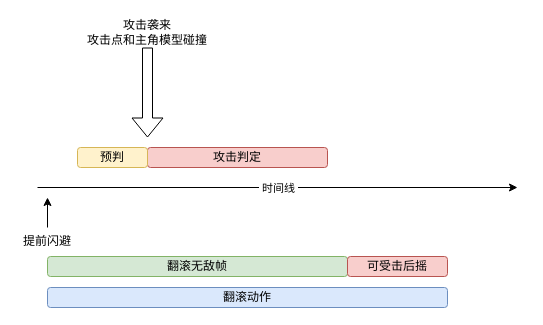
pearhield/test keeps this draw.io diagram as 攻击时间线3提前闪避.drawio. Above is the earlier version. Source tidied: cells renumbered, new cells numbered last; positions are measured from the earlier drawing's top-left corner, leaving out a move shared by most shapes. Both pictures are drawn from the tidied source at 100%, with x=0, y=0 at pixel (17, 17).
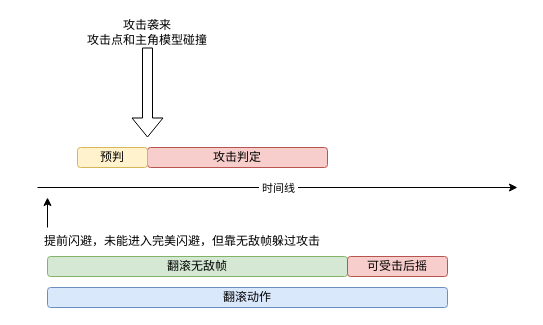
The same diagram, later.

Commit message:
更新攻击时间线3提前闪避.drawio

What changed in the source:
```diff
@@
 <mxGraphModel>
   <root>
     <mxCell id="0" />
     <mxCell id="1" parent="0" />
     <mxCell id="2" style="endArrow=classic;html=1;rounded=0;" parent="1" edge="1">
       <mxGeometry relative="1" as="geometry">
         <mxPoint x="20" y="170" as="sourcePoint" />
         <mxPoint x="500" y="170" as="targetPoint" />
       </mxGeometry>
     </mxCell>
     <mxCell id="3" value="&amp;nbsp;时间线&amp;nbsp;" style="edgeLabel;html=1;align=center;verticalAlign=middle;" parent="2" vertex="1">
       <mxGeometry relative="1" as="geometry" />
     </mxCell>
     <mxCell id="4" value="攻击判定" style="rounded=1;whiteSpace=wrap;html=1;fillColor=#f8cecc;strokeColor=#b85450;" parent="1" vertex="1">
       <mxGeometry x="130" y="130" width="180" height="20" as="geometry" />
     </mxCell>
     <mxCell id="5" value="预判" style="rounded=1;whiteSpace=wrap;html=1;fillColor=#fff2cc;strokeColor=#d6b656;" parent="1" vertex="1">
       <mxGeometry x="60" y="130" width="70" height="20" as="geometry" />
     </mxCell>
     <mxCell id="6" style="shape=flexArrow;endArrow=classic;html=1;rounded=0;" parent="1" edge="1">
       <mxGeometry relative="1" as="geometry">
         <mxPoint x="130" y="30" as="sourcePoint" />
         <mxPoint x="130" y="120" as="targetPoint" />
       </mxGeometry>
     </mxCell>
     <mxCell id="7" value="攻击袭来&lt;br&gt;攻击点和主角模型碰撞" style="text;html=1;strokeColor=none;fillColor=none;align=center;verticalAlign=middle;whiteSpace=wrap;rounded=0;" parent="1" vertex="1">
       <mxGeometry x="60" width="140" height="30" as="geometry" />
     </mxCell>
     <mxCell id="8" style="endArrow=classic;html=1;rounded=0;" parent="1" edge="1">
       <mxGeometry relative="1" as="geometry">
         <mxPoint x="30" y="210" as="sourcePoint" />
         <mxPoint x="30" y="180" as="targetPoint" />
       </mxGeometry>
     </mxCell>
-    <mxCell id="9" value="提前闪避" style="text;html=1;strokeColor=none;fillColor=none;align=center;verticalAlign=middle;whiteSpace=wrap;rounded=0;" parent="1" vertex="1">
-      <mxGeometry y="209" width="60" height="30" as="geometry" />
+    <mxCell id="9" value="提前闪避，未能进入完美闪避，但靠无敌帧躲过攻击" style="text;html=1;strokeColor=none;fillColor=none;align=center;verticalAlign=middle;whiteSpace=wrap;rounded=0;" parent="1" vertex="1">
+      <mxGeometry x="20" y="209" width="290" height="30" as="geometry" />
     </mxCell>
     <mxCell id="10" value="翻滚无敌帧" style="rounded=1;whiteSpace=wrap;html=1;fillColor=#d5e8d4;strokeColor=#82b366;" parent="1" vertex="1">
       <mxGeometry x="30" y="239" width="300" height="20" as="geometry" />
     </mxCell>
     <mxCell id="11" value="翻滚动作" style="rounded=1;whiteSpace=wrap;html=1;fillColor=#dae8fc;strokeColor=#6c8ebf;" parent="1" vertex="1">
       <mxGeometry x="30" y="270" width="400" height="20" as="geometry" />
     </mxCell>
     <mxCell id="12" value="可受击后摇" style="rounded=1;whiteSpace=wrap;html=1;fillColor=#f8cecc;strokeColor=#b85450;" parent="1" vertex="1">
       <mxGeometry x="330" y="239" width="100" height="20" as="geometry" />
     </mxCell>
   </root>
 </mxGraphModel>
```
